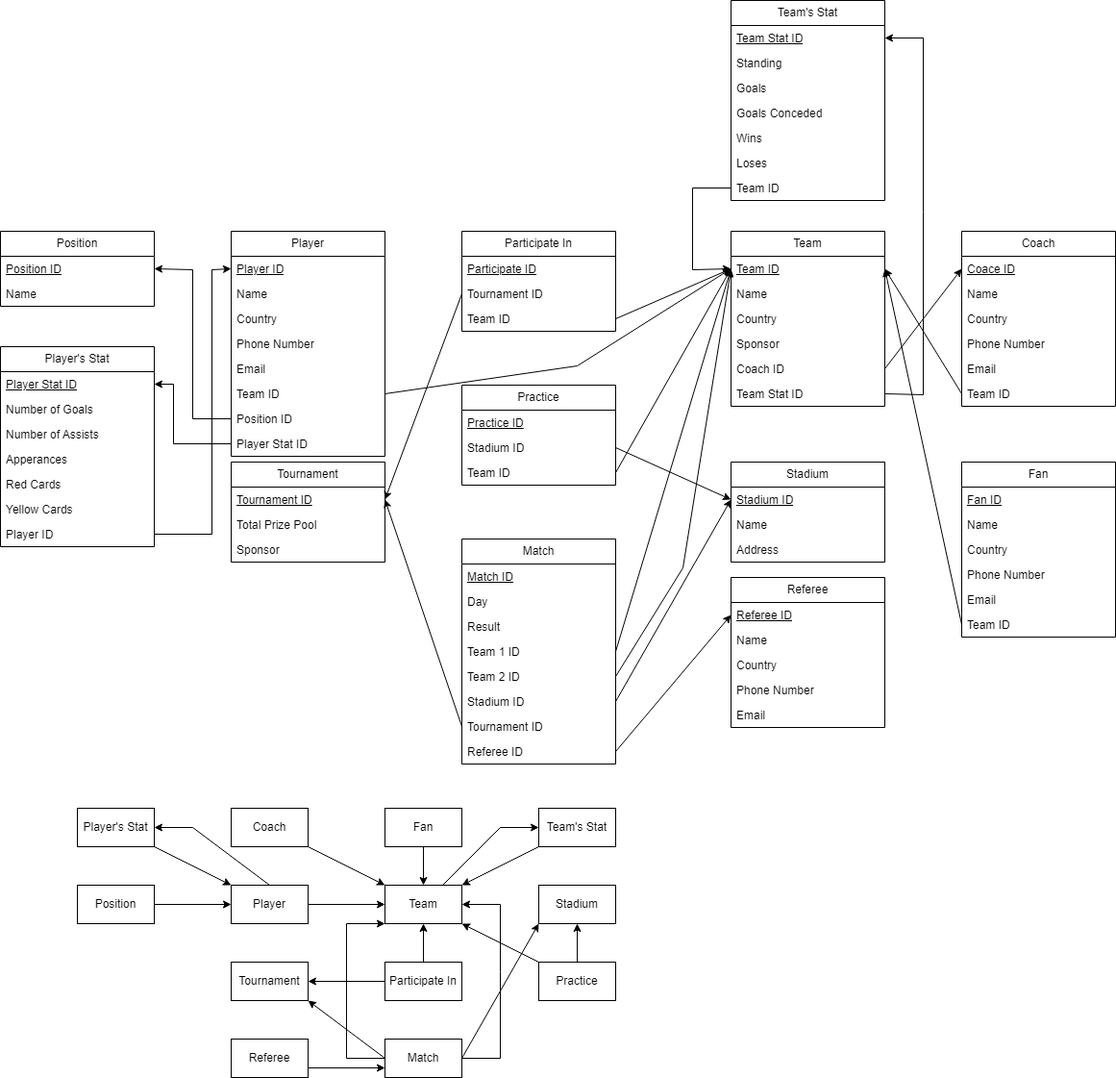
This is Đồ án/Data Logic Diagram/Tiếng Anh/Data Logic Diagram.png from LukasAbraham/SE104.N24.CLC, a draw.io export, as it was before one commit. Source tidied: cells renumbered, new cells last; positions are measured from the earlier drawing's top-left corner, leaving out a move shared by most shapes.
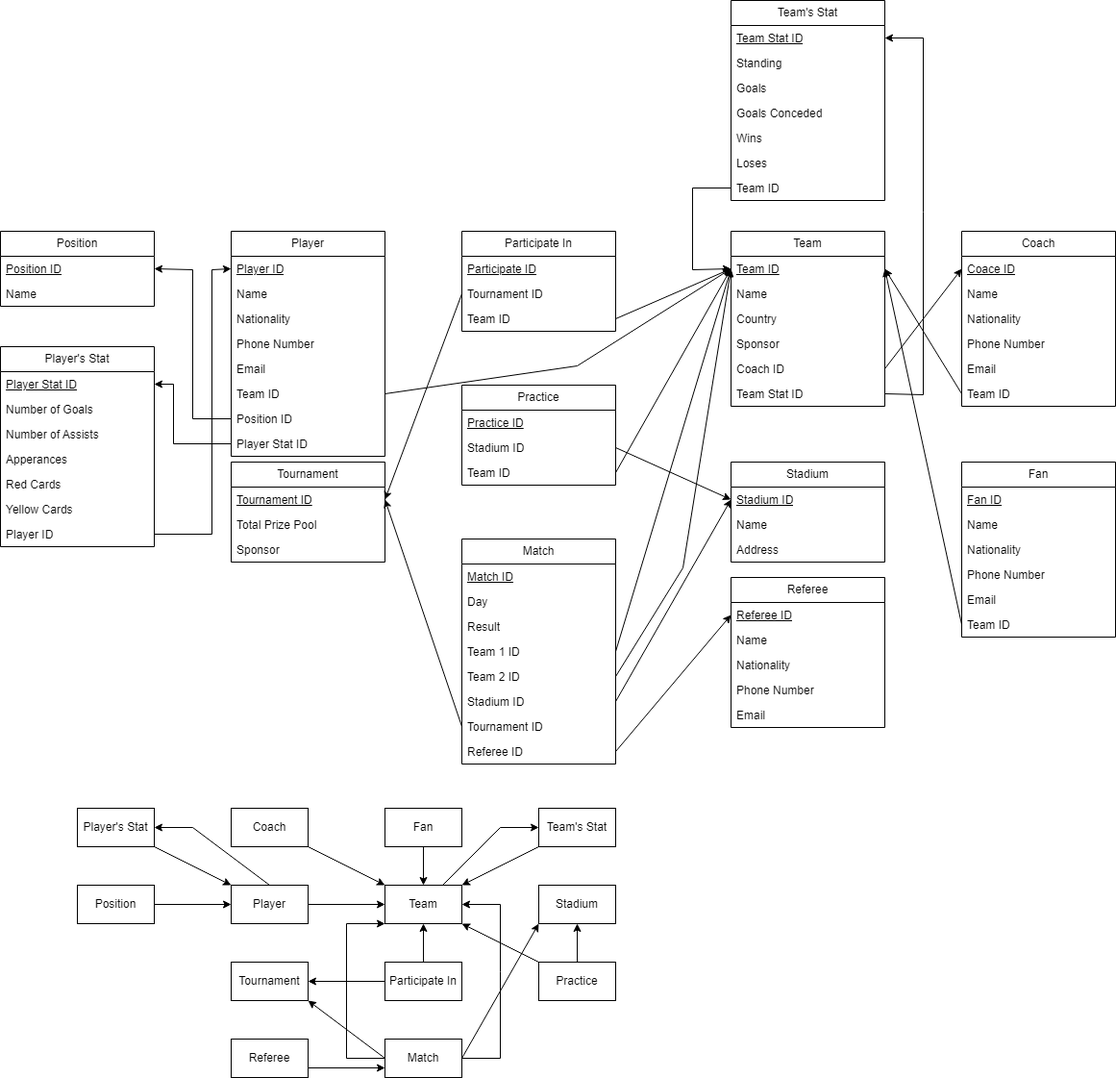
The same file after the commit.

Diff of the diagram source:
```diff
@@ -11,7 +11,7 @@
     <mxCell id="4" value="Name" style="text;strokeColor=none;fillColor=none;align=left;verticalAlign=top;spacingLeft=4;spacingRight=4;overflow=hidden;whiteSpace=wrap;html=1;" parent="2" vertex="1">
       <mxGeometry y="52" width="160" height="26" as="geometry" />
     </mxCell>
-    <mxCell id="5" value="Country" style="text;strokeColor=none;fillColor=none;align=left;verticalAlign=top;spacingLeft=4;spacingRight=4;overflow=hidden;whiteSpace=wrap;html=1;" parent="2" vertex="1">
+    <mxCell id="5" value="Nationality" style="text;strokeColor=none;fillColor=none;align=left;verticalAlign=top;spacingLeft=4;spacingRight=4;overflow=hidden;whiteSpace=wrap;html=1;" parent="2" vertex="1">
       <mxGeometry y="78" width="160" height="26" as="geometry" />
     </mxCell>
     <mxCell id="6" value="Phone Number" style="text;strokeColor=none;fillColor=none;align=left;verticalAlign=top;spacingLeft=4;spacingRight=4;overflow=hidden;whiteSpace=wrap;html=1;" parent="2" vertex="1">
@@ -229,7 +229,7 @@
     <mxCell id="70" value="Name" style="text;strokeColor=none;fillColor=none;align=left;verticalAlign=top;spacingLeft=4;spacingRight=4;overflow=hidden;whiteSpace=wrap;html=1;" parent="68" vertex="1">
       <mxGeometry y="52" width="160" height="26" as="geometry" />
     </mxCell>
-    <mxCell id="71" value="Country" style="text;strokeColor=none;fillColor=none;align=left;verticalAlign=top;spacingLeft=4;spacingRight=4;overflow=hidden;whiteSpace=wrap;html=1;" parent="68" vertex="1">
+    <mxCell id="71" value="Nationality" style="text;strokeColor=none;fillColor=none;align=left;verticalAlign=top;spacingLeft=4;spacingRight=4;overflow=hidden;whiteSpace=wrap;html=1;" parent="68" vertex="1">
       <mxGeometry y="78" width="160" height="26" as="geometry" />
     </mxCell>
     <mxCell id="72" value="Phone Number" style="text;strokeColor=none;fillColor=none;align=left;verticalAlign=top;spacingLeft=4;spacingRight=4;overflow=hidden;whiteSpace=wrap;html=1;" parent="68" vertex="1">
@@ -256,7 +256,7 @@
     <mxCell id="79" value="Name" style="text;strokeColor=none;fillColor=none;align=left;verticalAlign=top;spacingLeft=4;spacingRight=4;overflow=hidden;whiteSpace=wrap;html=1;" parent="77" vertex="1">
       <mxGeometry y="52" width="160" height="26" as="geometry" />
     </mxCell>
-    <mxCell id="80" value="Country" style="text;strokeColor=none;fillColor=none;align=left;verticalAlign=top;spacingLeft=4;spacingRight=4;overflow=hidden;whiteSpace=wrap;html=1;" parent="77" vertex="1">
+    <mxCell id="80" value="Nationality" style="text;strokeColor=none;fillColor=none;align=left;verticalAlign=top;spacingLeft=4;spacingRight=4;overflow=hidden;whiteSpace=wrap;html=1;" parent="77" vertex="1">
       <mxGeometry y="78" width="160" height="26" as="geometry" />
     </mxCell>
     <mxCell id="81" value="Phone Number" style="text;strokeColor=none;fillColor=none;align=left;verticalAlign=top;spacingLeft=4;spacingRight=4;overflow=hidden;whiteSpace=wrap;html=1;" parent="77" vertex="1">
@@ -280,7 +280,7 @@
     <mxCell id="87" value="Name" style="text;strokeColor=none;fillColor=none;align=left;verticalAlign=top;spacingLeft=4;spacingRight=4;overflow=hidden;whiteSpace=wrap;html=1;" parent="85" vertex="1">
       <mxGeometry y="52" width="160" height="26" as="geometry" />
     </mxCell>
-    <mxCell id="88" value="Country" style="text;strokeColor=none;fillColor=none;align=left;verticalAlign=top;spacingLeft=4;spacingRight=4;overflow=hidden;whiteSpace=wrap;html=1;" parent="85" vertex="1">
+    <mxCell id="88" value="Nationality" style="text;strokeColor=none;fillColor=none;align=left;verticalAlign=top;spacingLeft=4;spacingRight=4;overflow=hidden;whiteSpace=wrap;html=1;" parent="85" vertex="1">
       <mxGeometry y="78" width="160" height="26" as="geometry" />
     </mxCell>
     <mxCell id="89" value="Phone Number" style="text;strokeColor=none;fillColor=none;align=left;verticalAlign=top;spacingLeft=4;spacingRight=4;overflow=hidden;whiteSpace=wrap;html=1;" parent="85" vertex="1">
```
